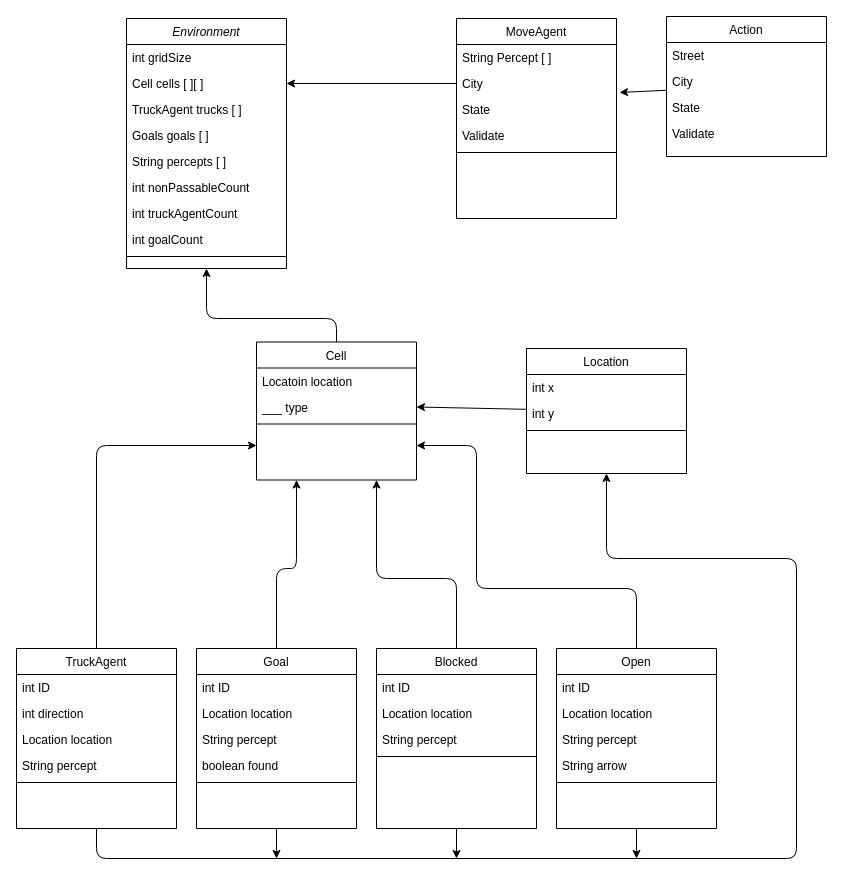
Above: Architecture.drawio in shelleyyyyy/AI_GameEngine2.0 (draw.io), before the change. Source tidied: cells renumbered, new cells numbered last; positions are measured from the earlier drawing's top-left corner, leaving out a move shared by most shapes. Both pictures are drawn from the tidied source at 100%, with x=0, y=0 at pixel (16, 16).
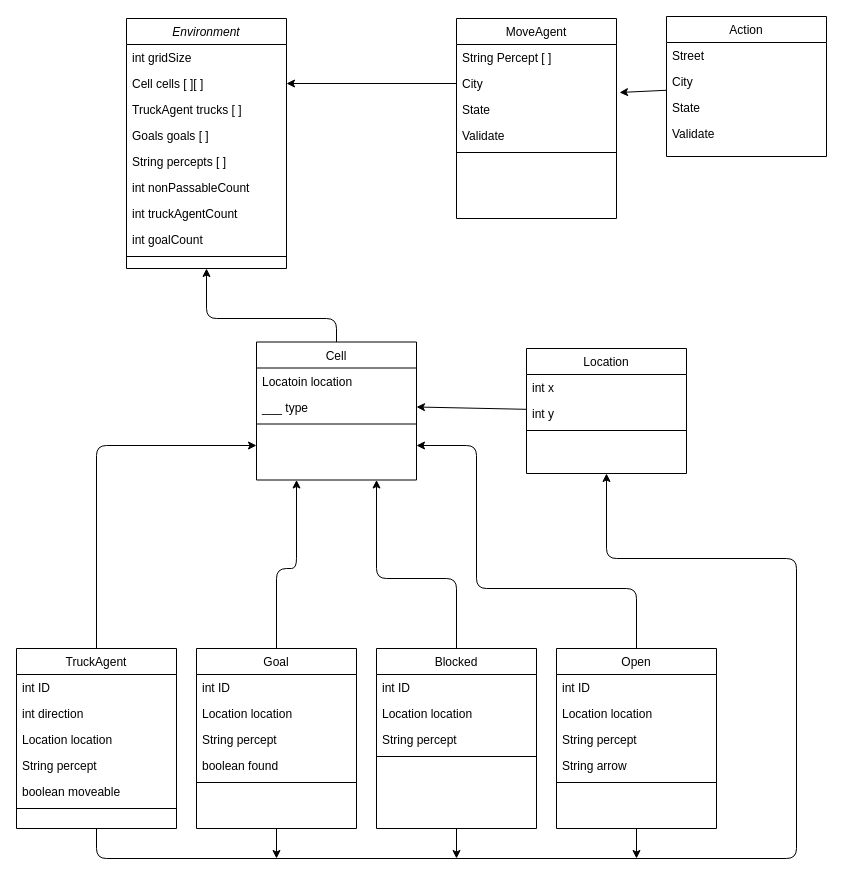
The same page after the edit.

Unchanged cells that the change refers to:
```xml
<mxCell id="37" value="TruckAgent" style="swimlane;fontStyle=0;align=center;verticalAlign=top;horizontal=1;startSize=26;rounded=0;shadow=0;strokeWidth=1;" parent="1" vertex="1">
  <mxGeometry y="632" width="160" height="180" as="geometry" />
</mxCell>
```

Diff of the diagram source:
```diff
@@
+    <mxCell id="66" value="boolean moveable" style="text;align=left;verticalAlign=top;spacingLeft=4;spacingRight=4;overflow=hidden;" parent="37" vertex="1">
+      <mxGeometry y="130" width="160" height="26" as="geometry" />
+    </mxCell>
     <mxCell id="42" style="line;html=1;strokeWidth=1;align=left;verticalAlign=middle;spacingTop=-1;spacingLeft=3;spacingRight=3;labelPosition=right;" parent="37" vertex="1">
-      <mxGeometry y="130" width="160" height="8" as="geometry" />
+      <mxGeometry y="156" width="160" height="8" as="geometry" />
     </mxCell>
```
